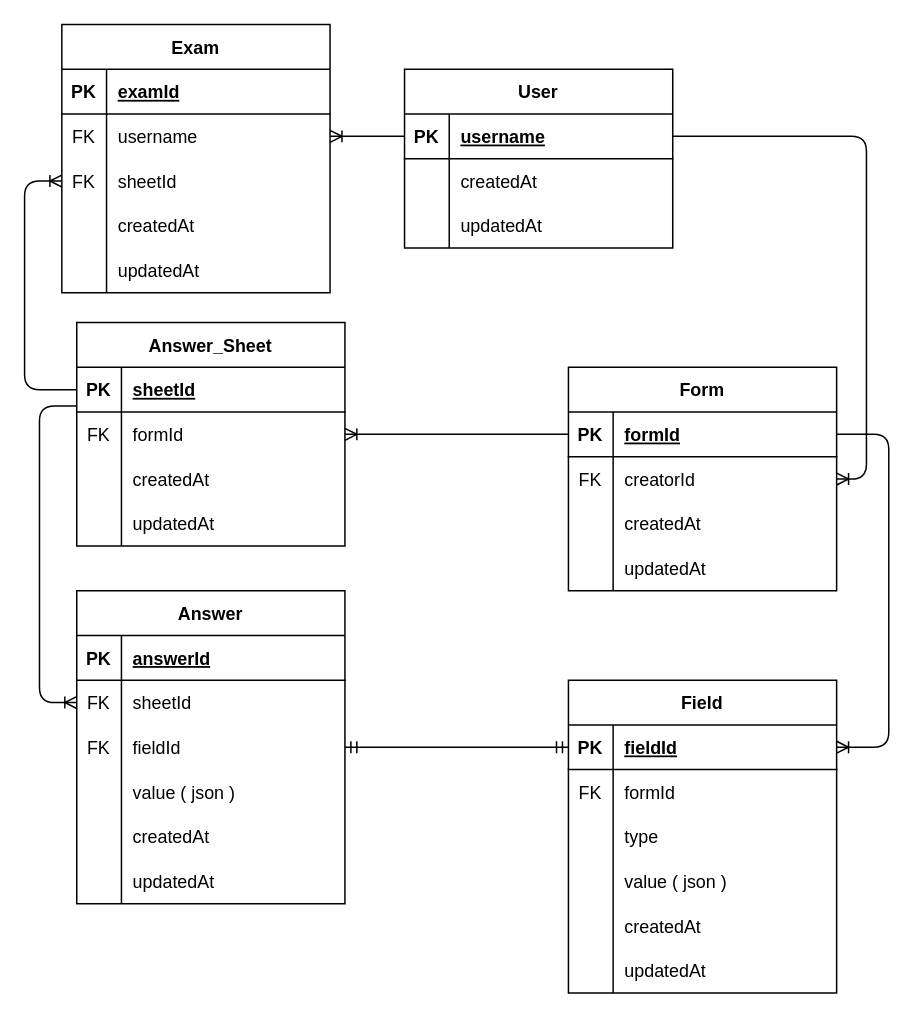
This is back-end/tables.drawio from mohammadKhazaee/Khormaloo-assignment, a draw.io file, before an edit. Source tidied: cells renumbered, new cells numbered last; positions are measured from the earlier drawing's top-left corner, leaving out a move shared by most shapes. Both pictures are drawn from the tidied source at 149%, with x=0, y=0 at pixel (24, 24).
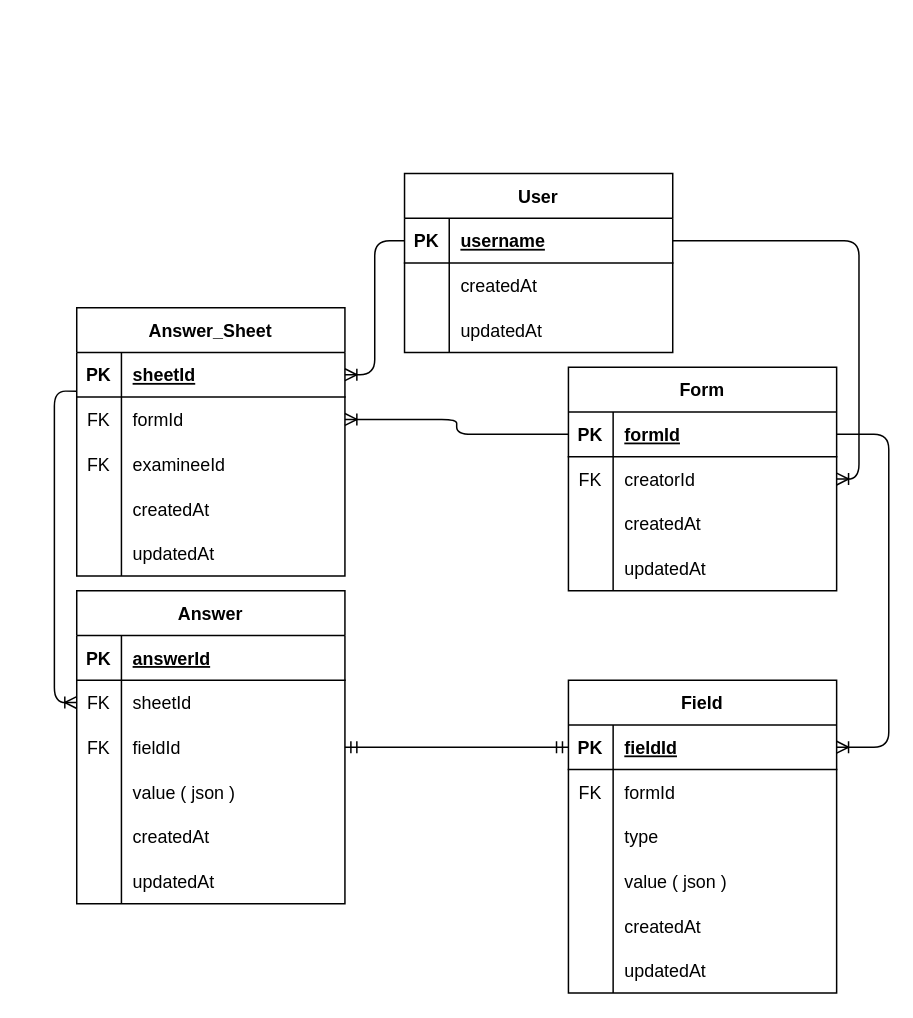
Above is the later version.

Commit message:
fix: Removed Exam table from diagram

Unchanged cells that the change refers to:
```xml
<mxCell id="3" style="shape=tableRow;horizontal=0;startSize=0;swimlaneHead=0;swimlaneBody=0;fillColor=none;points=[[0,0.5],[1,0.5]];portConstraint=eastwest;top=0;left=0;right=0;bottom=1;" parent="2" vertex="1">
  <mxGeometry y="30" width="180" height="30" as="geometry" />
</mxCell>
<mxCell id="16" style="shape=tableRow;horizontal=0;startSize=0;swimlaneHead=0;swimlaneBody=0;fillColor=none;points=[[0,0.5],[1,0.5]];portConstraint=eastwest;top=0;left=0;right=0;bottom=0;" parent="12" vertex="1">
  <mxGeometry y="60" width="180" height="30" as="geometry" />
</mxCell>
<mxCell id="27" style="shape=tableRow;horizontal=0;startSize=0;swimlaneHead=0;swimlaneBody=0;fillColor=none;points=[[0,0.5],[1,0.5]];portConstraint=eastwest;top=0;left=0;right=0;bottom=1;" parent="26" vertex="1">
  <mxGeometry y="30" width="180" height="30" as="geometry" />
</mxCell>
<mxCell id="82" style="shape=tableRow;horizontal=0;startSize=0;swimlaneHead=0;swimlaneBody=0;fillColor=none;points=[[0,0.5],[1,0.5]];portConstraint=eastwest;top=0;left=0;right=0;bottom=0;" parent="78" vertex="1">
  <mxGeometry y="60" width="180" height="30" as="geometry" />
</mxCell>
```

What changed in the source:
```diff
@@
     <mxCell id="2" value="User" style="shape=table;startSize=30;childLayout=tableLayout;rowLines=0;fontStyle=1;align=center;" parent="1" vertex="1">
-      <mxGeometry x="255" y="30" width="180" height="120" as="geometry" />
+      <mxGeometry x="255" y="100" width="180" height="120" as="geometry" />
     </mxCell>
@@
     <mxCell id="25" style="edgeStyle=orthogonalEdgeStyle;fontSize=12;html=1;endArrow=ERoneToMany;exitX=1;exitY=0.5;exitDx=0;exitDy=0;entryX=1;entryY=0.5;entryDx=0;entryDy=0;" parent="1" edge="1" source="3" target="16">
       <mxGeometry relative="1" as="geometry">
         <Array as="points">
-          <mxPoint x="565" y="75" />
-          <mxPoint x="565" y="305" />
+          <mxPoint x="560" y="145" />
+          <mxPoint x="560" y="305" />
         </Array>
       </mxGeometry>
     </mxCell>
     <mxCell id="26" value="Answer_Sheet" style="shape=table;startSize=30;childLayout=tableLayout;rowLines=0;fontStyle=1;align=center;" parent="1" vertex="1">
-      <mxGeometry x="35" y="200" width="180" height="150" as="geometry" />
+      <mxGeometry x="35" y="190" width="180" height="180" as="geometry" />
     </mxCell>
@@
+    <mxCell id="47" style="shape=tableRow;horizontal=0;startSize=0;swimlaneHead=0;swimlaneBody=0;fillColor=none;points=[[0,0.5],[1,0.5]];portConstraint=eastwest;top=0;left=0;right=0;bottom=0;" parent="26" vertex="1">
+      <mxGeometry y="90" width="180" height="30" as="geometry" />
+    </mxCell>
+    <mxCell id="99" value="FK" style="shape=partialRectangle;fillColor=none;top=0;left=0;bottom=0;right=0;overflow=hidden;" parent="47" vertex="1">
+      <mxGeometry width="30" height="30" as="geometry" />
+    </mxCell>
+    <mxCell id="100" value="examineeId" style="shape=partialRectangle;fillColor=none;top=0;left=0;bottom=0;right=0;align=left;spacingLeft=6;overflow=hidden;" parent="47" vertex="1">
+      <mxGeometry x="30" width="150" height="30" as="geometry" />
+    </mxCell>
     <mxCell id="33" style="shape=tableRow;horizontal=0;startSize=0;swimlaneHead=0;swimlaneBody=0;fillColor=none;top=0;left=0;right=0;bottom=0;" parent="26" vertex="1">
-      <mxGeometry y="90" width="180" height="30" as="geometry" />
+      <mxGeometry y="120" width="180" height="30" as="geometry" />
     </mxCell>
@@
     <mxCell id="36" style="shape=tableRow;horizontal=0;startSize=0;swimlaneHead=0;swimlaneBody=0;fillColor=none;top=0;left=0;right=0;bottom=0;" parent="26" vertex="1">
-      <mxGeometry y="120" width="180" height="30" as="geometry" />
+      <mxGeometry y="150" width="180" height="30" as="geometry" />
     </mxCell>
@@
-    <mxCell id="40" value="Exam" style="shape=table;startSize=30;childLayout=tableLayout;rowLines=0;fontStyle=1;align=center;" parent="1" vertex="1">
-      <mxGeometry x="25" width="180" height="180" as="geometry" />
-    </mxCell>
-    <mxCell id="41" style="shape=tableRow;horizontal=0;startSize=0;swimlaneHead=0;swimlaneBody=0;fillColor=none;top=0;left=0;right=0;bottom=1;" parent="40" vertex="1">
-      <mxGeometry y="30" width="180" height="30" as="geometry" />
-    </mxCell>
-    <mxCell id="42" value="PK" style="shape=partialRectangle;fillColor=none;top=0;left=0;bottom=0;right=0;fontStyle=1;overflow=hidden;" parent="41" vertex="1">
-      <mxGeometry width="30" height="30" as="geometry" />
-    </mxCell>
-    <mxCell id="43" value="examId" style="shape=partialRectangle;fillColor=none;top=0;left=0;bottom=0;right=0;align=left;spacingLeft=6;fontStyle=5;overflow=hidden;" parent="41" vertex="1">
-      <mxGeometry x="30" width="150" height="30" as="geometry" />
-    </mxCell>
-    <mxCell id="44" style="shape=tableRow;horizontal=0;startSize=0;swimlaneHead=0;swimlaneBody=0;fillColor=none;points=[[0,0.5],[1,0.5]];portConstraint=eastwest;top=0;left=0;right=0;bottom=0;" parent="40" vertex="1">
-      <mxGeometry y="60" width="180" height="30" as="geometry" />
-    </mxCell>
-    <mxCell id="45" value="FK" style="shape=partialRectangle;fillColor=none;top=0;left=0;bottom=0;right=0;overflow=hidden;" parent="44" vertex="1">
-      <mxGeometry width="30" height="30" as="geometry" />
-    </mxCell>
-    <mxCell id="46" value="username" style="shape=partialRectangle;fillColor=none;top=0;left=0;bottom=0;right=0;align=left;spacingLeft=6;overflow=hidden;" parent="44" vertex="1">
-      <mxGeometry x="30" width="150" height="30" as="geometry" />
-    </mxCell>
-    <mxCell id="47" style="shape=tableRow;horizontal=0;startSize=0;swimlaneHead=0;swimlaneBody=0;fillColor=none;points=[[0,0.5],[1,0.5]];portConstraint=eastwest;top=0;left=0;right=0;bottom=0;" parent="40" vertex="1">
-      <mxGeometry y="90" width="180" height="30" as="geometry" />
-    </mxCell>
-    <mxCell id="48" value="FK" style="shape=partialRectangle;fillColor=none;top=0;left=0;bottom=0;right=0;overflow=hidden;" parent="47" vertex="1">
-      <mxGeometry width="30" height="30" as="geometry" />
-    </mxCell>
-    <mxCell id="49" value="sheetId" style="shape=partialRectangle;fillColor=none;top=0;left=0;bottom=0;right=0;align=left;spacingLeft=6;overflow=hidden;" parent="47" vertex="1">
-      <mxGeometry x="30" width="150" height="30" as="geometry" />
-    </mxCell>
-    <mxCell id="50" style="shape=tableRow;horizontal=0;startSize=0;swimlaneHead=0;swimlaneBody=0;fillColor=none;top=0;left=0;right=0;bottom=0;" parent="40" vertex="1">
-      <mxGeometry y="120" width="180" height="30" as="geometry" />
-    </mxCell>
-    <mxCell id="51" style="shape=partialRectangle;fillColor=none;top=0;left=0;bottom=0;right=0;overflow=hidden;" parent="50" vertex="1">
-      <mxGeometry width="30" height="30" as="geometry" />
-    </mxCell>
-    <mxCell id="52" value="createdAt" style="shape=partialRectangle;fillColor=none;top=0;left=0;bottom=0;right=0;align=left;spacingLeft=6;overflow=hidden;" parent="50" vertex="1">
-      <mxGeometry x="30" width="150" height="30" as="geometry" />
-    </mxCell>
-    <mxCell id="53" style="shape=tableRow;horizontal=0;startSize=0;swimlaneHead=0;swimlaneBody=0;fillColor=none;top=0;left=0;right=0;bottom=0;" parent="40" vertex="1">
-      <mxGeometry y="150" width="180" height="30" as="geometry" />
-    </mxCell>
-    <mxCell id="54" style="shape=partialRectangle;fillColor=none;top=0;left=0;bottom=0;right=0;overflow=hidden;" parent="53" vertex="1">
-      <mxGeometry width="30" height="30" as="geometry" />
-    </mxCell>
-    <mxCell id="55" value="updatedAt" style="shape=partialRectangle;fillColor=none;top=0;left=0;bottom=0;right=0;align=left;spacingLeft=6;overflow=hidden;" parent="53" vertex="1">
-      <mxGeometry x="30" width="150" height="30" as="geometry" />
-    </mxCell>
-    <mxCell id="56" style="edgeStyle=orthogonalEdgeStyle;fontSize=12;html=1;endArrow=ERoneToMany;entryX=1;entryY=0.5;entryDx=0;entryDy=0;exitX=0;exitY=0.5;exitDx=0;exitDy=0;" parent="1" edge="1" source="3" target="44">
-      <mxGeometry relative="1" as="geometry" />
-    </mxCell>
-    <mxCell id="57" style="edgeStyle=orthogonalEdgeStyle;fontSize=12;html=1;endArrow=ERoneToMany;entryX=0;entryY=0.5;entryDx=0;entryDy=0;exitX=0;exitY=0.5;exitDx=0;exitDy=0;" parent="1" edge="1" source="27" target="47">
-      <mxGeometry relative="1" as="geometry">
-        <Array as="points">
-          <mxPoint y="245" />
-          <mxPoint y="105" />
-        </Array>
-      </mxGeometry>
-    </mxCell>
@@
     <mxCell id="97" style="edgeStyle=orthogonalEdgeStyle;fontSize=12;html=1;endArrow=ERoneToMany;entryX=0;entryY=0.5;entryDx=0;entryDy=0;exitX=0;exitY=0.867;exitDx=0;exitDy=0;exitPerimeter=0;" parent="1" edge="1" source="27" target="82">
       <mxGeometry relative="1" as="geometry">
         <Array as="points">
-          <mxPoint x="10" y="256" />
-          <mxPoint x="10" y="455" />
+          <mxPoint x="20" y="246" />
+          <mxPoint x="20" y="455" />
         </Array>
       </mxGeometry>
     </mxCell>
@@
+    <mxCell id="57" style="edgeStyle=orthogonalEdgeStyle;fontSize=12;html=1;endArrow=ERoneToMany;entryX=1;entryY=0.5;entryDx=0;entryDy=0;exitX=0;exitY=0.5;exitDx=0;exitDy=0;" parent="1" edge="1" source="3" target="27">
+      <mxGeometry relative="1" as="geometry" />
+    </mxCell>
```
